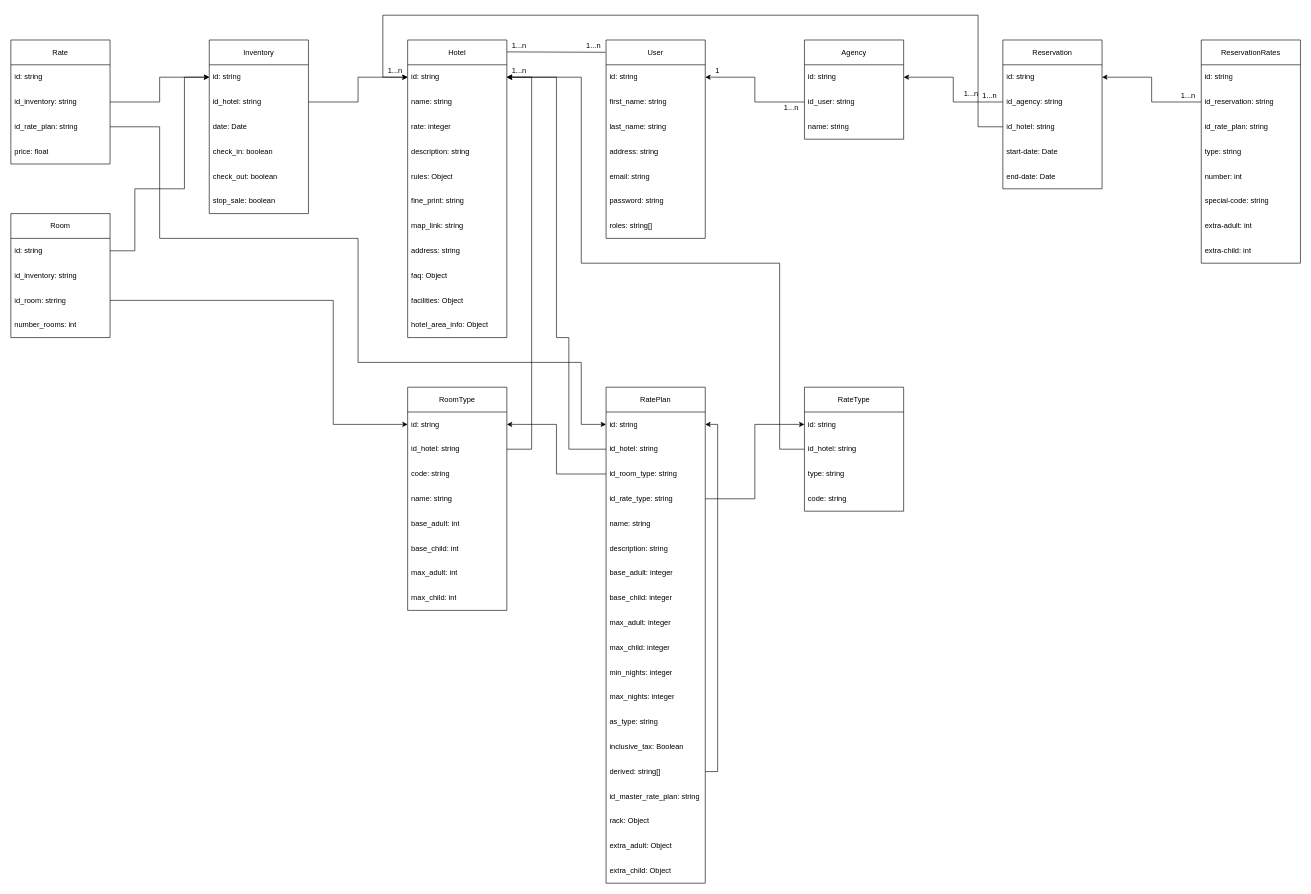
Above: H/A-Reservation.drawio in jawharhmidi02/resrvy_diagrams (draw.io), before the change. Source tidied: cells renumbered, new cells numbered last; positions are measured from the earlier drawing's top-left corner, leaving out a move shared by most shapes. Both pictures are drawn from the tidied source at 62%, with x=0, y=0 at pixel (11, 15).
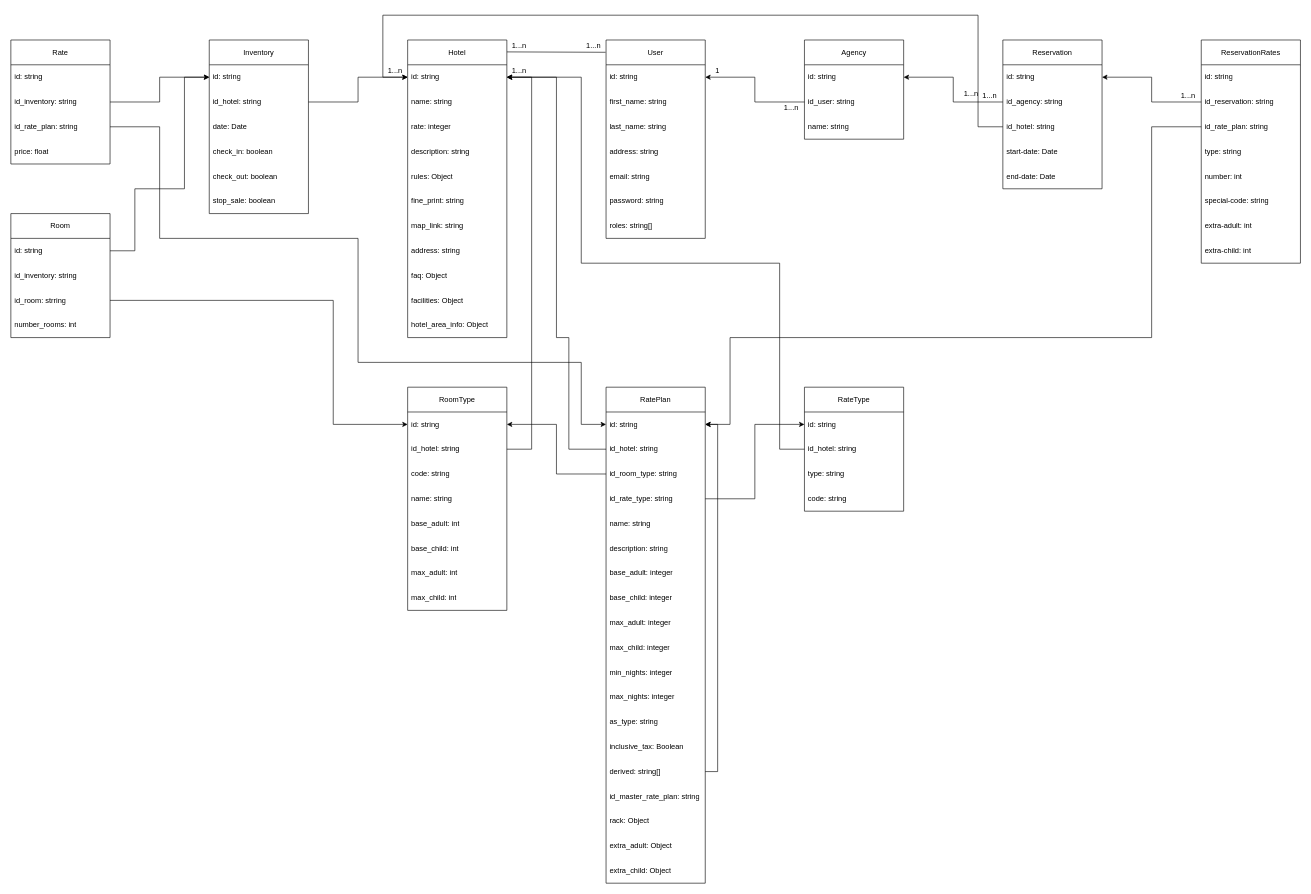
The same diagram, later.

The change refers to these unchanged cells:
```xml
<mxCell id="38" value="id: string" style="text;strokeColor=none;fillColor=none;align=left;verticalAlign=middle;spacingLeft=4;spacingRight=4;overflow=hidden;points=[[0,0.5],[1,0.5]];portConstraint=eastwest;whiteSpace=wrap;html=1;" parent="37" vertex="1">
  <mxGeometry y="40" width="160" height="40" as="geometry" />
</mxCell>
<mxCell id="70" value="id_rate_plan: string" style="text;strokeColor=none;fillColor=none;align=left;verticalAlign=middle;spacingLeft=4;spacingRight=4;overflow=hidden;points=[[0,0.5],[1,0.5]];portConstraint=eastwest;whiteSpace=wrap;html=1;" parent="67" vertex="1">
  <mxGeometry y="120" width="160" height="40" as="geometry" />
</mxCell>
```

Diff of the diagram source:
```diff
@@
+    <mxCell id="117" style="edgeStyle=orthogonalEdgeStyle;rounded=0;jettySize=auto;html=1;entryX=1;entryY=0.5;entryDx=0;entryDy=0;" parent="1" edge="1" source="70" target="38">
+      <mxGeometry relative="1" as="geometry">
+        <Array as="points">
+          <mxPoint x="1840" y="180" />
+          <mxPoint x="1840" y="520" />
+          <mxPoint x="1160" y="520" />
+          <mxPoint x="1160" y="660" />
+        </Array>
+      </mxGeometry>
+    </mxCell>
```
